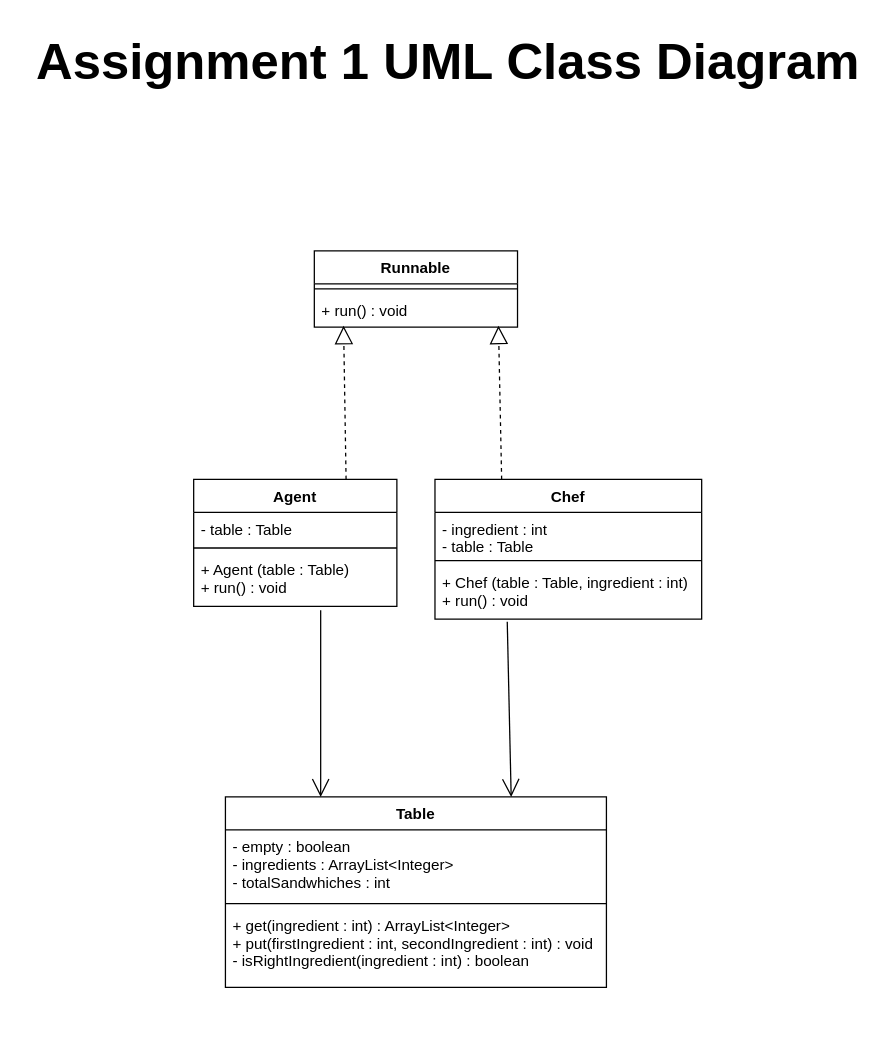
Earlier version of the draw.io diagram Assignment1/A1_UML_Class_Diagram.drawio (NathanMacDiarmid/SYSC3303A). Source tidied: cells renumbered, new cells numbered last; positions are measured from the earlier drawing's top-left corner, leaving out a move shared by most shapes. Both pictures are drawn from the tidied source at 127%, with x=0, y=0 at pixel (22, 22).
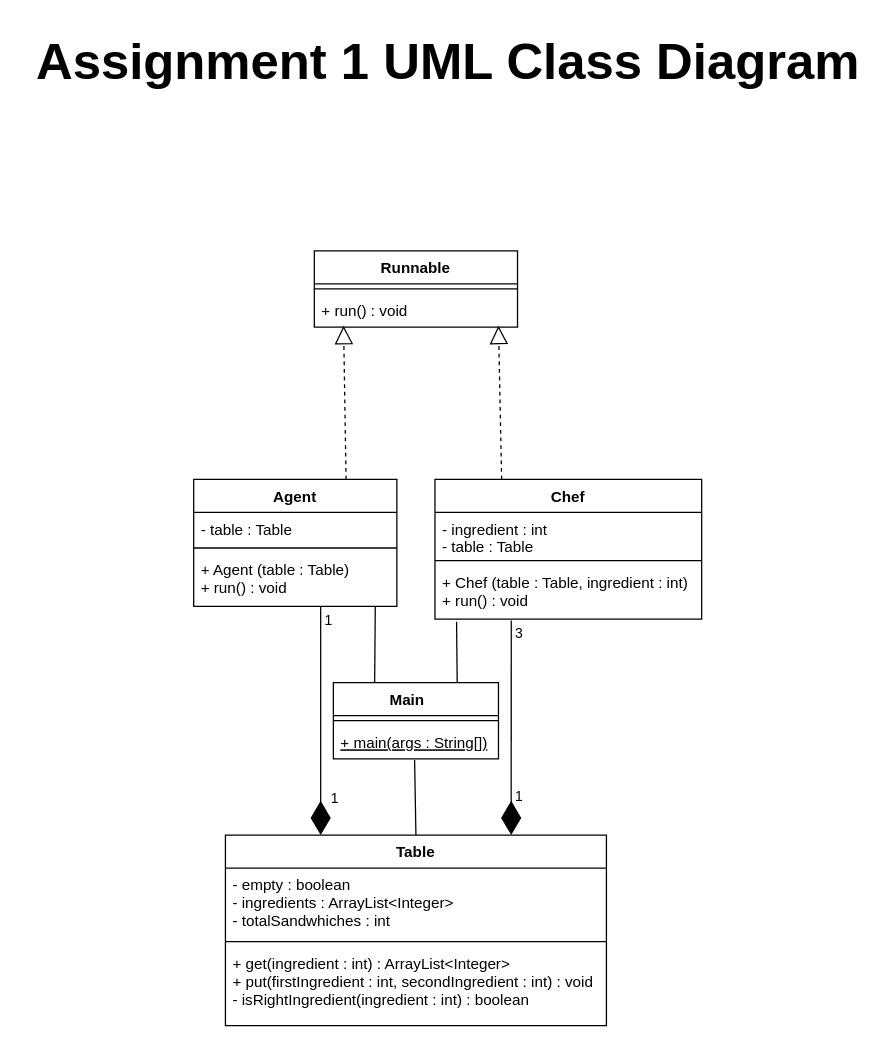
The same diagram, later.

The change refers to these unchanged cells:
```xml
<mxCell id="8" value="+ Agent (table : Table)&#10;+ run() : void" style="text;strokeColor=none;fillColor=none;align=left;verticalAlign=top;spacingLeft=4;spacingRight=4;overflow=hidden;points=[[0,0.5],[1,0.5]];portConstraint=eastwest;" parent="5" vertex="1">
  <mxGeometry y="58" width="160" height="42" as="geometry" />
</mxCell>
<mxCell id="16" value="+ Chef (table : Table, ingredient : int)&#10;+ run() : void" style="text;strokeColor=none;fillColor=none;align=left;verticalAlign=top;spacingLeft=4;spacingRight=4;overflow=hidden;points=[[0,0.5],[1,0.5]];portConstraint=eastwest;" parent="13" vertex="1">
  <mxGeometry y="68" width="210" height="42" as="geometry" />
</mxCell>
```

The edit, as a diff of the source:
```diff
@@
     <mxCell id="9" value="Table" style="swimlane;fontStyle=1;align=center;verticalAlign=top;horizontal=1;startSize=26;" parent="1" vertex="1">
-      <mxGeometry x="160" y="610" width="300" height="150" as="geometry" />
+      <mxGeometry x="160" y="640" width="300" height="150" as="geometry" />
     </mxCell>
@@
-    <mxCell id="19" style="endArrow=open;endFill=1;endSize=12;html=1;rounded=0;exitX=0.625;exitY=1.071;exitDx=0;exitDy=0;exitPerimeter=0;entryX=0.25;entryY=0;entryDx=0;entryDy=0;" parent="1" edge="1" source="8" target="9">
-      <mxGeometry relative="1" as="geometry" />
-    </mxCell>
+    <mxCell id="21" value="&lt;b&gt;&lt;font style=&quot;font-size: 40px;&quot;&gt;Assignment 1 UML Class Diagram&lt;/font&gt;&lt;/b&gt;" style="text;html=1;align=center;verticalAlign=middle;strokeColor=none;fillColor=none;" parent="1" vertex="1">
+      <mxGeometry width="670" height="60" as="geometry" />
+    </mxCell>
+    <mxCell id="22" value="Main    " style="swimlane;fontStyle=1;align=center;verticalAlign=top;horizontal=1;startSize=26;" parent="1" vertex="1">
+      <mxGeometry x="245" y="520" width="130" height="60" as="geometry" />
+    </mxCell>
+    <mxCell id="23" style="line;strokeWidth=1;fillColor=none;align=left;verticalAlign=middle;spacingTop=-1;spacingLeft=3;spacingRight=3;labelPosition=right;strokeColor=inherit;" parent="22" vertex="1">
+      <mxGeometry y="26" width="130" height="8" as="geometry" />
+    </mxCell>
+    <mxCell id="24" value="+ main(args : String[])" style="text;strokeColor=none;fillColor=none;align=left;verticalAlign=top;spacingLeft=4;spacingRight=4;overflow=hidden;points=[[0,0.5],[1,0.5]];portConstraint=eastwest;fontStyle=4;" parent="22" vertex="1">
+      <mxGeometry y="34" width="130" height="26" as="geometry" />
+    </mxCell>
+    <mxCell id="25" style="endArrow=diamondThin;endFill=1;endSize=24;html=1;rounded=0;entryX=0.25;entryY=0;entryDx=0;entryDy=0;" parent="1" edge="1" target="9">
+      <mxGeometry relative="1" as="geometry">
+        <mxPoint x="235" y="460" as="sourcePoint" />
+      </mxGeometry>
+    </mxCell>
+    <mxCell id="26" value="1" style="edgeLabel;html=1;align=center;verticalAlign=middle;" parent="25" vertex="1">
+      <mxGeometry x="0.64" relative="1" as="geometry">
+        <mxPoint x="10" y="2" as="offset" />
+      </mxGeometry>
+    </mxCell>
+    <mxCell id="27" value="1" style="edgeLabel;html=1;align=center;verticalAlign=middle;" parent="25" vertex="1">
+      <mxGeometry x="-0.88" y="1" relative="1" as="geometry">
+        <mxPoint x="4" y="-1" as="offset" />
+      </mxGeometry>
+    </mxCell>
-    <mxCell id="20" style="endArrow=open;endFill=1;endSize=12;html=1;rounded=0;exitX=0.271;exitY=1.048;exitDx=0;exitDy=0;exitPerimeter=0;entryX=0.75;entryY=0;entryDx=0;entryDy=0;" parent="1" edge="1" source="16" target="9">
+    <mxCell id="20" style="endArrow=diamondThin;endFill=1;endSize=24;html=1;rounded=0;exitX=0.286;exitY=1.024;exitDx=0;exitDy=0;exitPerimeter=0;entryX=0.75;entryY=0;entryDx=0;entryDy=0;" parent="1" edge="1" source="16" target="9">
       <mxGeometry relative="1" as="geometry" />
     </mxCell>
-    <mxCell id="21" value="&lt;b&gt;&lt;font style=&quot;font-size: 40px;&quot;&gt;Assignment 1 UML Class Diagram&lt;/font&gt;&lt;/b&gt;" style="text;html=1;align=center;verticalAlign=middle;strokeColor=none;fillColor=none;" parent="1" vertex="1">
-      <mxGeometry width="670" height="60" as="geometry" />
-    </mxCell>
+    <mxCell id="28" value="1" style="edgeLabel;html=1;align=center;verticalAlign=middle;" parent="20" vertex="1">
+      <mxGeometry x="0.63" y="-1" relative="1" as="geometry">
+        <mxPoint x="6" as="offset" />
+      </mxGeometry>
+    </mxCell>
+    <mxCell id="29" value="3" style="edgeLabel;html=1;align=center;verticalAlign=middle;" parent="20" vertex="1">
+      <mxGeometry x="-0.81" y="1" relative="1" as="geometry">
+        <mxPoint x="4" y="-7" as="offset" />
+      </mxGeometry>
+    </mxCell>
+    <mxCell id="30" style="endArrow=none;html=1;rounded=0;exitX=0.25;exitY=0;exitDx=0;exitDy=0;" parent="1" edge="1" source="22">
+      <mxGeometry relative="1" as="geometry">
+        <mxPoint x="278" y="460" as="targetPoint" />
+      </mxGeometry>
+    </mxCell>
+    <mxCell id="31" style="endArrow=none;html=1;rounded=0;exitX=0.75;exitY=0;exitDx=0;exitDy=0;entryX=0.081;entryY=1.048;entryDx=0;entryDy=0;entryPerimeter=0;fontStyle=1;" parent="1" edge="1" source="22" target="16">
+      <mxGeometry relative="1" as="geometry" />
+    </mxCell>
+    <mxCell id="32" style="endArrow=none;html=1;rounded=0;exitX=0.5;exitY=0;exitDx=0;exitDy=0;entryX=0.492;entryY=1.038;entryDx=0;entryDy=0;entryPerimeter=0;" parent="1" edge="1" source="9" target="24">
+      <mxGeometry relative="1" as="geometry" />
+    </mxCell>
```
